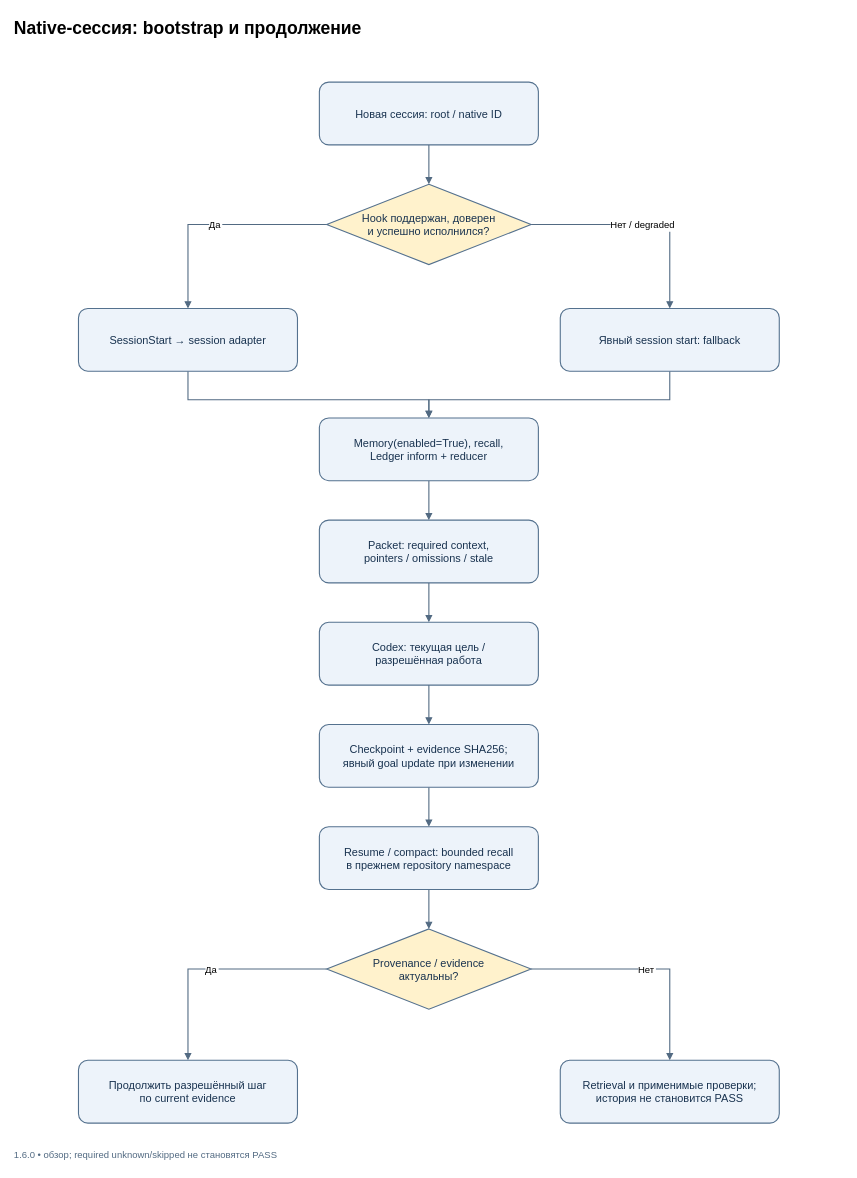
SUKUNA-AI/agent-harness keeps this draw.io diagram as docs/diagrams/native-session.drawio. Above is the earlier version. Source tidied: cells renumbered, new cells numbered last; positions are measured from the earlier drawing's top-left corner, leaving out a move shared by most shapes. Both pictures are drawn from the tidied source at 73%, with x=0, y=0 at pixel (12, 12).
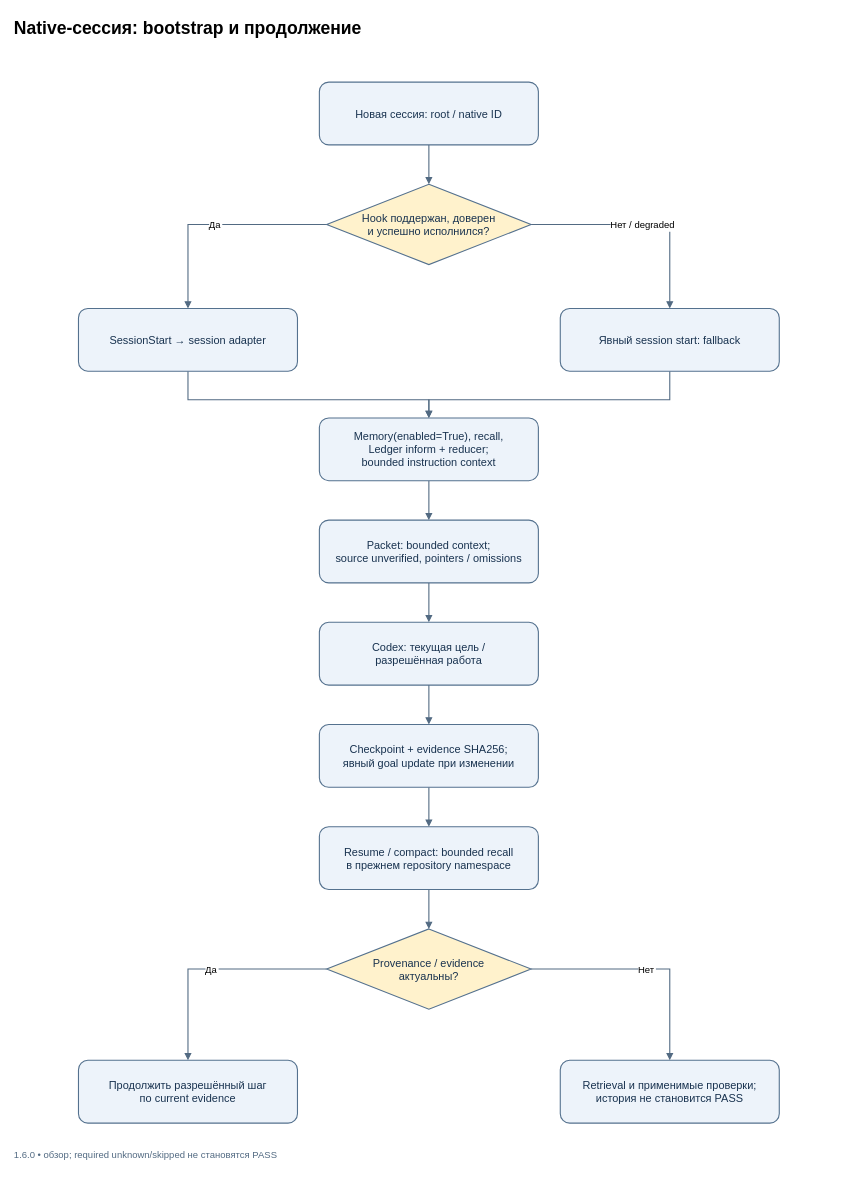
After the change.

What changed in the source:
```diff
@@
-    <mxCell id="19" value="Memory(enabled=True), recall,&#10;Ledger inform + reducer" style="rounded=1;whiteSpace=wrap;html=0;align=center;verticalAlign=middle;fontFamily=Arial;fontSize=15;spacing=10;strokeWidth=1.5;strokeColor=#54718E;fillColor=#EDF3FA;fontColor=#18324F;" parent="1" vertex="1">
+    <mxCell id="19" value="Memory(enabled=True), recall,&#10;Ledger inform + reducer;&#10;bounded instruction context" style="rounded=1;whiteSpace=wrap;html=0;align=center;verticalAlign=middle;fontFamily=Arial;fontSize=15;spacing=10;strokeWidth=1.5;strokeColor=#54718E;fillColor=#EDF3FA;fontColor=#18324F;" parent="1" vertex="1">
       <mxGeometry x="420" y="555" width="300" height="86" as="geometry" />
     </mxCell>
-    <mxCell id="20" value="Packet: required context,&#10;pointers / omissions / stale" style="rounded=1;whiteSpace=wrap;html=0;align=center;verticalAlign=middle;fontFamily=Arial;fontSize=15;spacing=10;strokeWidth=1.5;strokeColor=#54718E;fillColor=#EDF3FA;fontColor=#18324F;" parent="1" vertex="1">
+    <mxCell id="20" value="Packet: bounded context;&#10;source unverified, pointers / omissions" style="rounded=1;whiteSpace=wrap;html=0;align=center;verticalAlign=middle;fontFamily=Arial;fontSize=15;spacing=10;strokeWidth=1.5;strokeColor=#54718E;fillColor=#EDF3FA;fontColor=#18324F;" parent="1" vertex="1">
       <mxGeometry x="420" y="695" width="300" height="86" as="geometry" />
     </mxCell>
```
